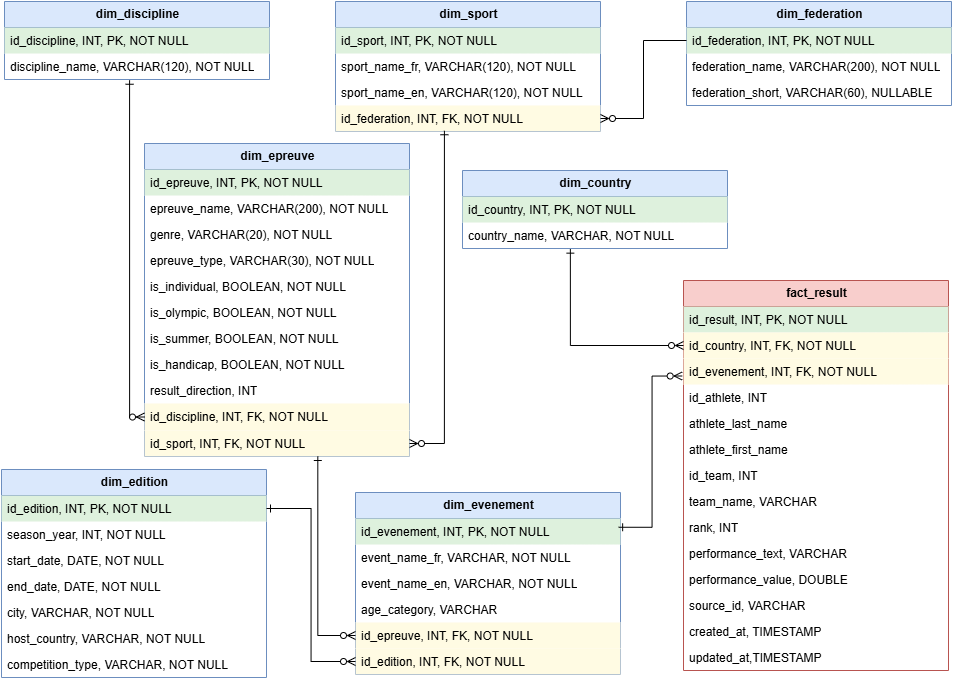
Above: docs/images/MERISE_MPD.png in Daria-data/stream-score-stack (draw.io), before the change. Source tidied: cells renumbered, new cells last; positions are measured from the earlier drawing's top-left corner, leaving out a move shared by most shapes.
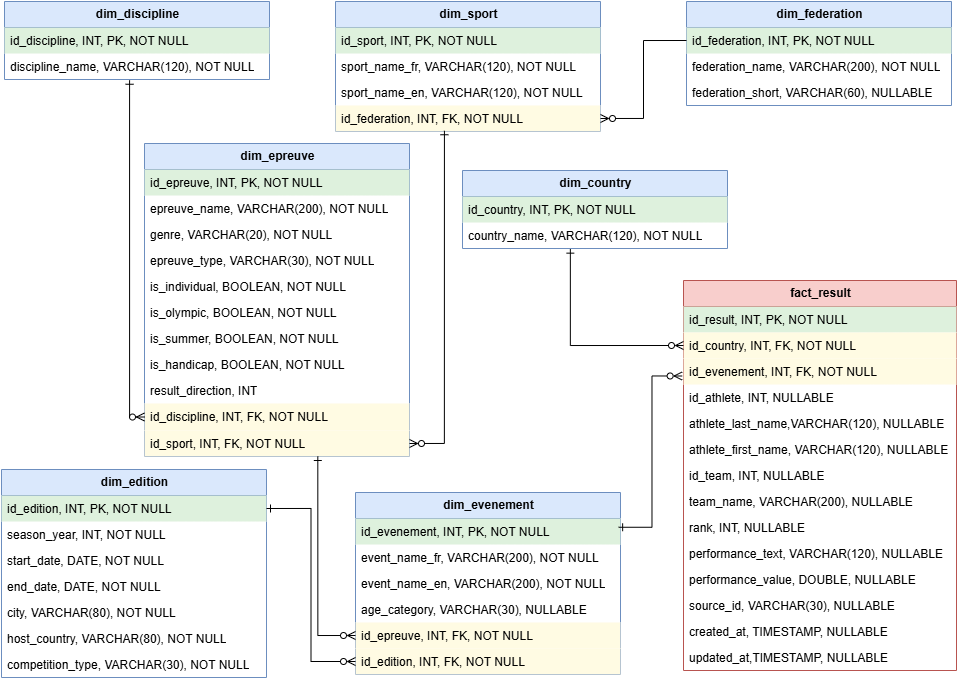
Later version of the same file.

What changed in the source:
```diff
@@ -89,13 +89,13 @@
     <mxCell id="30" value="end_date, DATE, NOT NULL" style="text;strokeColor=none;fillColor=none;align=left;verticalAlign=top;spacingLeft=4;spacingRight=4;overflow=hidden;whiteSpace=wrap;html=1;" parent="26" vertex="1">
       <mxGeometry y="104" width="265" height="26" as="geometry" />
     </mxCell>
-    <mxCell id="31" value="city, VARCHAR, NOT NULL" style="text;strokeColor=none;fillColor=none;align=left;verticalAlign=top;spacingLeft=4;spacingRight=4;overflow=hidden;whiteSpace=wrap;html=1;" parent="26" vertex="1">
+    <mxCell id="31" value="city, VARCHAR(80), NOT NULL" style="text;strokeColor=none;fillColor=none;align=left;verticalAlign=top;spacingLeft=4;spacingRight=4;overflow=hidden;whiteSpace=wrap;html=1;" parent="26" vertex="1">
       <mxGeometry y="130" width="265" height="26" as="geometry" />
     </mxCell>
-    <mxCell id="32" value="host_country, VARCHAR, NOT NULL" style="text;strokeColor=none;fillColor=none;align=left;verticalAlign=top;spacingLeft=4;spacingRight=4;overflow=hidden;whiteSpace=wrap;html=1;" parent="26" vertex="1">
+    <mxCell id="32" value="host_country, VARCHAR(80), NOT NULL" style="text;strokeColor=none;fillColor=none;align=left;verticalAlign=top;spacingLeft=4;spacingRight=4;overflow=hidden;whiteSpace=wrap;html=1;" parent="26" vertex="1">
       <mxGeometry y="156" width="265" height="26" as="geometry" />
     </mxCell>
-    <mxCell id="33" value="competition_type, VARCHAR, NOT NULL" style="text;strokeColor=none;fillColor=none;align=left;verticalAlign=top;spacingLeft=4;spacingRight=4;overflow=hidden;whiteSpace=wrap;html=1;" parent="26" vertex="1">
+    <mxCell id="33" value="competition_type, VARCHAR(30), NOT NULL" style="text;strokeColor=none;fillColor=none;align=left;verticalAlign=top;spacingLeft=4;spacingRight=4;overflow=hidden;whiteSpace=wrap;html=1;" parent="26" vertex="1">
       <mxGeometry y="182" width="265" height="26" as="geometry" />
     </mxCell>
     <mxCell id="34" value="&lt;b&gt;dim_evenement&lt;/b&gt;" style="swimlane;fontStyle=0;horizontal=1;startSize=26;fillColor=#dae8fc;html=1;strokeColor=#6c8ebf;" parent="1" vertex="1">
@@ -104,13 +104,13 @@
     <mxCell id="35" value="id_evenement, INT, PK, NOT NULL" style="text;strokeColor=none;fillColor=#DEF1DD;align=left;verticalAlign=top;spacingLeft=4;spacingRight=4;overflow=hidden;points=[[0,0.5],[1,0.5]];portConstraint=eastwest;whiteSpace=wrap;html=1;" parent="34" vertex="1">
       <mxGeometry y="26" width="265" height="26" as="geometry" />
     </mxCell>
-    <mxCell id="36" value="event_name_fr, VARCHAR, NOT NULL" style="text;strokeColor=none;fillColor=none;align=left;verticalAlign=top;spacingLeft=4;spacingRight=4;overflow=hidden;whiteSpace=wrap;html=1;" parent="34" vertex="1">
+    <mxCell id="36" value="event_name_fr, VARCHAR(200), NOT NULL" style="text;strokeColor=none;fillColor=none;align=left;verticalAlign=top;spacingLeft=4;spacingRight=4;overflow=hidden;whiteSpace=wrap;html=1;" parent="34" vertex="1">
       <mxGeometry y="52" width="265" height="26" as="geometry" />
     </mxCell>
-    <mxCell id="37" value="event_name_en, VARCHAR, NOT NULL" style="text;strokeColor=none;fillColor=none;align=left;verticalAlign=top;spacingLeft=4;spacingRight=4;overflow=hidden;whiteSpace=wrap;html=1;" parent="34" vertex="1">
+    <mxCell id="37" value="event_name_en, VARCHAR(200), NOT NULL" style="text;strokeColor=none;fillColor=none;align=left;verticalAlign=top;spacingLeft=4;spacingRight=4;overflow=hidden;whiteSpace=wrap;html=1;" parent="34" vertex="1">
       <mxGeometry y="78" width="265" height="26" as="geometry" />
     </mxCell>
-    <mxCell id="38" value="age_category, VARCHAR" style="text;strokeColor=none;fillColor=none;align=left;verticalAlign=top;spacingLeft=4;spacingRight=4;overflow=hidden;whiteSpace=wrap;html=1;" parent="34" vertex="1">
+    <mxCell id="38" value="age_category, VARCHAR(30), NULLABLE" style="text;strokeColor=none;fillColor=none;align=left;verticalAlign=top;spacingLeft=4;spacingRight=4;overflow=hidden;whiteSpace=wrap;html=1;" parent="34" vertex="1">
       <mxGeometry y="104" width="265" height="26" as="geometry" />
     </mxCell>
     <mxCell id="39" value="id_epreuve, INT, FK, NOT NULL" style="text;strokeColor=none;fillColor=#FFFBE3;align=left;verticalAlign=top;spacingLeft=4;spacingRight=4;overflow=hidden;points=[[0,0.5],[1,0.5]];portConstraint=eastwest;whiteSpace=wrap;html=1;" parent="34" vertex="1">
@@ -125,53 +125,53 @@
     <mxCell id="42" value="id_country, INT, PK, NOT NULL" style="text;strokeColor=none;fillColor=#DEF1DD;align=left;verticalAlign=top;spacingLeft=4;spacingRight=4;overflow=hidden;whiteSpace=wrap;html=1;" parent="41" vertex="1">
       <mxGeometry y="26" width="265" height="26" as="geometry" />
     </mxCell>
-    <mxCell id="43" value="&lt;span style=&quot;background-color: transparent; color: light-dark(rgb(0, 0, 0), rgb(255, 255, 255));&quot;&gt;country_name, VARCHAR&lt;/span&gt;, NOT NULL" style="text;strokeColor=none;fillColor=none;align=left;verticalAlign=top;spacingLeft=4;spacingRight=4;overflow=hidden;points=[[0,0.5],[1,0.5]];portConstraint=eastwest;whiteSpace=wrap;html=1;" parent="41" vertex="1">
+    <mxCell id="43" value="&lt;span style=&quot;background-color: transparent; color: light-dark(rgb(0, 0, 0), rgb(255, 255, 255));&quot;&gt;country_name, VARCHAR(120)&lt;/span&gt;, NOT NULL" style="text;strokeColor=none;fillColor=none;align=left;verticalAlign=top;spacingLeft=4;spacingRight=4;overflow=hidden;points=[[0,0.5],[1,0.5]];portConstraint=eastwest;whiteSpace=wrap;html=1;" parent="41" vertex="1">
       <mxGeometry y="52" width="265" height="26" as="geometry" />
     </mxCell>
     <mxCell id="44" value="&lt;b&gt;fact_result&lt;/b&gt;" style="swimlane;fontStyle=0;horizontal=1;startSize=26;fillColor=#f8cecc;html=1;strokeColor=#b85450;" parent="1" vertex="1">
-      <mxGeometry x="682" y="279" width="265" height="390" as="geometry" />
+      <mxGeometry x="682" y="279" width="273" height="390" as="geometry" />
     </mxCell>
     <mxCell id="45" value="id_result, INT, PK, NOT NULL" style="text;strokeColor=none;fillColor=#DEF1DD;align=left;verticalAlign=top;spacingLeft=4;spacingRight=4;overflow=hidden;whiteSpace=wrap;html=1;" parent="44" vertex="1">
-      <mxGeometry y="26" width="265" height="26" as="geometry" />
+      <mxGeometry y="26" width="273" height="26" as="geometry" />
     </mxCell>
     <mxCell id="46" value="id_country, INT, FK, NOT NULL" style="text;strokeColor=none;fillColor=#FFFBE3;align=left;verticalAlign=top;spacingLeft=4;spacingRight=4;overflow=hidden;points=[[0,0.5],[1,0.5]];portConstraint=eastwest;whiteSpace=wrap;html=1;" parent="44" vertex="1">
-      <mxGeometry y="52" width="265" height="26" as="geometry" />
+      <mxGeometry y="52" width="273" height="26" as="geometry" />
     </mxCell>
     <mxCell id="47" value="id_evenement, INT, FK, NOT NULL" style="text;strokeColor=none;fillColor=#FFFBE3;align=left;verticalAlign=top;spacingLeft=4;spacingRight=4;overflow=hidden;points=[[0,0.5],[1,0.5]];portConstraint=eastwest;whiteSpace=wrap;html=1;" parent="44" vertex="1">
-      <mxGeometry y="78" width="265" height="26" as="geometry" />
+      <mxGeometry y="78" width="273" height="26" as="geometry" />
     </mxCell>
-    <mxCell id="48" value="id_athlete, INT" style="text;strokeColor=none;fillColor=none;align=left;verticalAlign=top;spacingLeft=4;spacingRight=4;overflow=hidden;whiteSpace=wrap;html=1;" parent="44" vertex="1">
-      <mxGeometry y="104" width="265" height="26" as="geometry" />
+    <mxCell id="48" value="id_athlete, INT, NULLABLE" style="text;strokeColor=none;fillColor=none;align=left;verticalAlign=top;spacingLeft=4;spacingRight=4;overflow=hidden;whiteSpace=wrap;html=1;" parent="44" vertex="1">
+      <mxGeometry y="104" width="273" height="26" as="geometry" />
     </mxCell>
-    <mxCell id="49" value="athlete_last_name" style="text;strokeColor=none;fillColor=none;align=left;verticalAlign=top;spacingLeft=4;spacingRight=4;overflow=hidden;whiteSpace=wrap;html=1;" parent="44" vertex="1">
-      <mxGeometry y="130" width="265" height="26" as="geometry" />
+    <mxCell id="49" value="athlete_last_name,VARCHAR(120), NULLABLE" style="text;strokeColor=none;fillColor=none;align=left;verticalAlign=top;spacingLeft=4;spacingRight=4;overflow=hidden;whiteSpace=wrap;html=1;" parent="44" vertex="1">
+      <mxGeometry y="130" width="273" height="26" as="geometry" />
     </mxCell>
-    <mxCell id="50" value="athlete_first_name" style="text;strokeColor=none;fillColor=none;align=left;verticalAlign=top;spacingLeft=4;spacingRight=4;overflow=hidden;whiteSpace=wrap;html=1;" parent="44" vertex="1">
-      <mxGeometry y="156" width="265" height="26" as="geometry" />
+    <mxCell id="50" value="athlete_first_name, VARCHAR(120), NULLABLE" style="text;strokeColor=none;fillColor=none;align=left;verticalAlign=top;spacingLeft=4;spacingRight=4;overflow=hidden;whiteSpace=wrap;html=1;" parent="44" vertex="1">
+      <mxGeometry y="156" width="273" height="26" as="geometry" />
     </mxCell>
-    <mxCell id="51" value="id_team, INT" style="text;strokeColor=none;fillColor=none;align=left;verticalAlign=top;spacingLeft=4;spacingRight=4;overflow=hidden;whiteSpace=wrap;html=1;" parent="44" vertex="1">
-      <mxGeometry y="182" width="265" height="26" as="geometry" />
+    <mxCell id="51" value="id_team, INT, NULLABLE" style="text;strokeColor=none;fillColor=none;align=left;verticalAlign=top;spacingLeft=4;spacingRight=4;overflow=hidden;whiteSpace=wrap;html=1;" parent="44" vertex="1">
+      <mxGeometry y="182" width="273" height="26" as="geometry" />
     </mxCell>
-    <mxCell id="52" value="team_name, VARCHAR" style="text;strokeColor=none;fillColor=none;align=left;verticalAlign=top;spacingLeft=4;spacingRight=4;overflow=hidden;whiteSpace=wrap;html=1;" parent="44" vertex="1">
-      <mxGeometry y="208" width="265" height="26" as="geometry" />
+    <mxCell id="52" value="team_name, VARCHAR(200), NULLABLE" style="text;strokeColor=none;fillColor=none;align=left;verticalAlign=top;spacingLeft=4;spacingRight=4;overflow=hidden;whiteSpace=wrap;html=1;" parent="44" vertex="1">
+      <mxGeometry y="208" width="273" height="26" as="geometry" />
     </mxCell>
-    <mxCell id="53" value="rank, INT" style="text;strokeColor=none;fillColor=none;align=left;verticalAlign=top;spacingLeft=4;spacingRight=4;overflow=hidden;whiteSpace=wrap;html=1;" parent="44" vertex="1">
-      <mxGeometry y="234" width="265" height="26" as="geometry" />
+    <mxCell id="53" value="rank, INT, NULLABLE" style="text;strokeColor=none;fillColor=none;align=left;verticalAlign=top;spacingLeft=4;spacingRight=4;overflow=hidden;whiteSpace=wrap;html=1;" parent="44" vertex="1">
+      <mxGeometry y="234" width="273" height="26" as="geometry" />
     </mxCell>
-    <mxCell id="54" value="performance_text, VARCHAR" style="text;strokeColor=none;fillColor=none;align=left;verticalAlign=top;spacingLeft=4;spacingRight=4;overflow=hidden;whiteSpace=wrap;html=1;" parent="44" vertex="1">
-      <mxGeometry y="260" width="265" height="26" as="geometry" />
+    <mxCell id="54" value="performance_text, VARCHAR(120), NULLABLE" style="text;strokeColor=none;fillColor=none;align=left;verticalAlign=top;spacingLeft=4;spacingRight=4;overflow=hidden;whiteSpace=wrap;html=1;" parent="44" vertex="1">
+      <mxGeometry y="260" width="273" height="26" as="geometry" />
     </mxCell>
-    <mxCell id="55" value="performance_value, DOUBLE" style="text;strokeColor=none;fillColor=none;align=left;verticalAlign=top;spacingLeft=4;spacingRight=4;overflow=hidden;whiteSpace=wrap;html=1;" parent="44" vertex="1">
-      <mxGeometry y="286" width="265" height="26" as="geometry" />
+    <mxCell id="55" value="performance_value, DOUBLE, NULLABLE" style="text;strokeColor=none;fillColor=none;align=left;verticalAlign=top;spacingLeft=4;spacingRight=4;overflow=hidden;whiteSpace=wrap;html=1;" parent="44" vertex="1">
+      <mxGeometry y="286" width="273" height="26" as="geometry" />
     </mxCell>
-    <mxCell id="56" value="source_id, VARCHAR" style="text;strokeColor=none;fillColor=none;align=left;verticalAlign=top;spacingLeft=4;spacingRight=4;overflow=hidden;whiteSpace=wrap;html=1;" parent="44" vertex="1">
-      <mxGeometry y="312" width="265" height="26" as="geometry" />
+    <mxCell id="56" value="source_id, VARCHAR(30), NULLABLE" style="text;strokeColor=none;fillColor=none;align=left;verticalAlign=top;spacingLeft=4;spacingRight=4;overflow=hidden;whiteSpace=wrap;html=1;" parent="44" vertex="1">
+      <mxGeometry y="312" width="273" height="26" as="geometry" />
     </mxCell>
-    <mxCell id="57" value="created_at, TIMESTAMP" style="text;strokeColor=none;fillColor=none;align=left;verticalAlign=top;spacingLeft=4;spacingRight=4;overflow=hidden;whiteSpace=wrap;html=1;" parent="44" vertex="1">
-      <mxGeometry y="338" width="265" height="26" as="geometry" />
+    <mxCell id="57" value="created_at, TIMESTAMP, NULLABLE" style="text;strokeColor=none;fillColor=none;align=left;verticalAlign=top;spacingLeft=4;spacingRight=4;overflow=hidden;whiteSpace=wrap;html=1;" parent="44" vertex="1">
+      <mxGeometry y="338" width="273" height="26" as="geometry" />
     </mxCell>
-    <mxCell id="58" value="updated_at,TIMESTAMP" style="text;strokeColor=none;fillColor=none;align=left;verticalAlign=top;spacingLeft=4;spacingRight=4;overflow=hidden;whiteSpace=wrap;html=1;" parent="44" vertex="1">
-      <mxGeometry y="364" width="265" height="26" as="geometry" />
+    <mxCell id="58" value="updated_at,TIMESTAMP, NULLABLE" style="text;strokeColor=none;fillColor=none;align=left;verticalAlign=top;spacingLeft=4;spacingRight=4;overflow=hidden;whiteSpace=wrap;html=1;" parent="44" vertex="1">
+      <mxGeometry y="364" width="273" height="26" as="geometry" />
     </mxCell>
     <mxCell id="59" style="endArrow=none;html=1;rounded=0;entryX=0;entryY=0.5;entryDx=0;entryDy=0;exitX=1;exitY=0.5;exitDx=0;exitDy=0;startArrow=ERzeroToMany;startFill=0;edgeStyle=orthogonalEdgeStyle;" parent="1" edge="1" source="10" target="3">
       <mxGeometry relative="1" as="geometry" />
```
